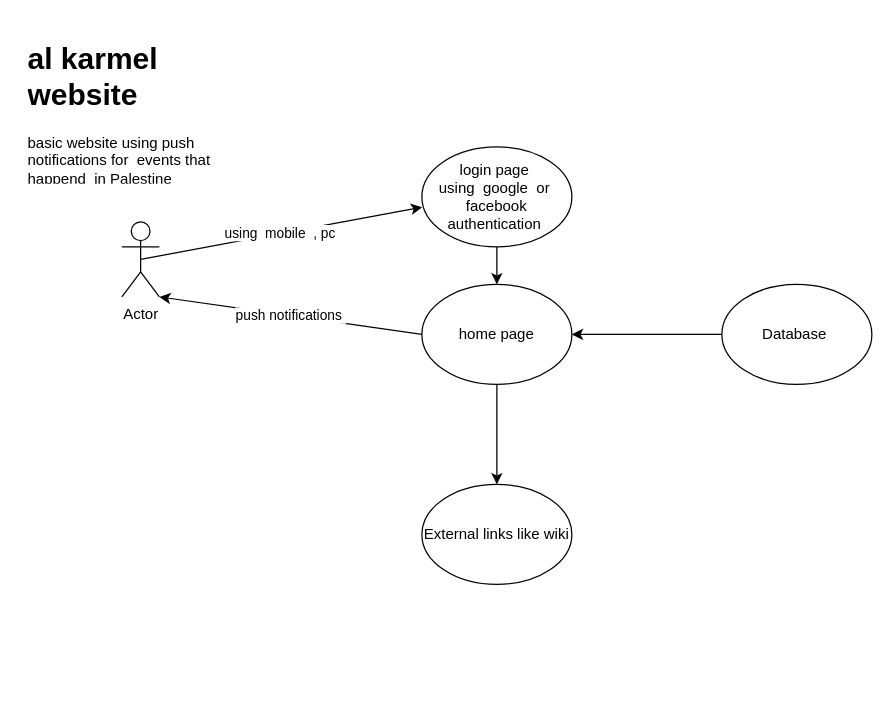
The draw.io diagram Untitled Diagram.drawio in ehabkhraisha/Khraisha_website, before the edit. Source tidied: cells renumbered, new cells numbered last; positions are measured from the earlier drawing's top-left corner, leaving out a move shared by most shapes. Both pictures are drawn from the tidied source at 125%, with x=0, y=0 at pixel (21, 34).
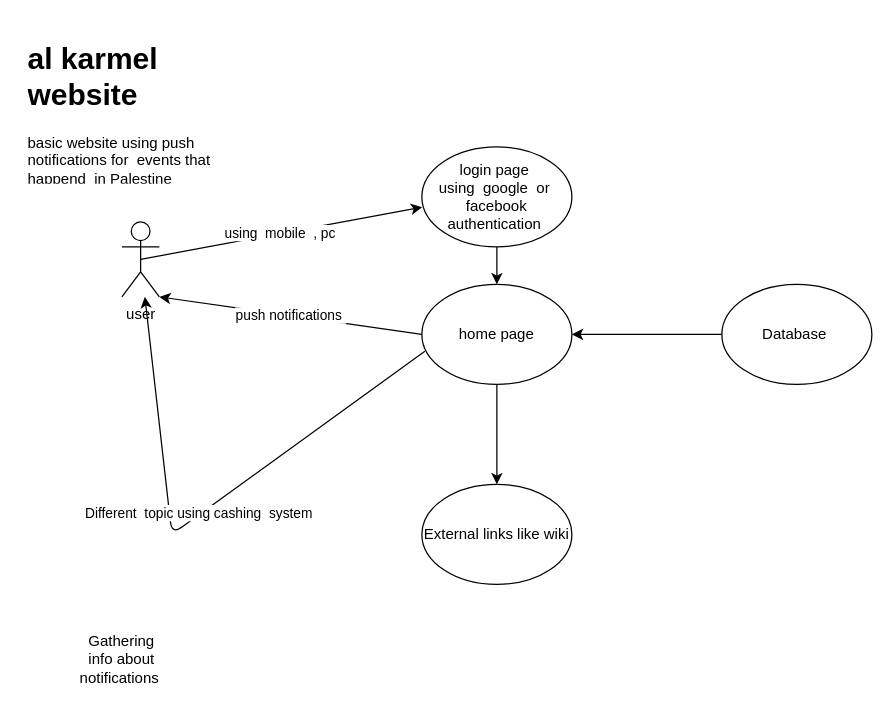
After the change.

The edit, as a diff of the source:
```diff
@@
 <mxGraphModel>
   <root>
     <mxCell id="0" />
     <mxCell id="1" parent="0" />
-    <mxCell id="2" value="Actor" style="shape=umlActor;verticalLabelPosition=bottom;verticalAlign=top;html=1;outlineConnect=0;" parent="1" vertex="1">
+    <mxCell id="2" value="user" style="shape=umlActor;verticalLabelPosition=bottom;verticalAlign=top;html=1;outlineConnect=0;" parent="1" vertex="1">
       <mxGeometry x="80" y="150" width="30" height="60" as="geometry" />
     </mxCell>
     <mxCell id="3" value="using&amp;nbsp; mobile&amp;nbsp; , pc&amp;nbsp;" style="endArrow=classic;html=1;entryX=0.002;entryY=0.603;entryDx=0;entryDy=0;entryPerimeter=0;exitX=0.5;exitY=0.5;exitDx=0;exitDy=0;exitPerimeter=0;" parent="1" edge="1" source="2" target="5">
       <mxGeometry relative="1" as="geometry" />
     </mxCell>
     <mxCell id="4" value="home page" style="ellipse;whiteSpace=wrap;html=1;" parent="1" vertex="1">
       <mxGeometry x="320" y="200" width="120" height="80" as="geometry" />
     </mxCell>
     <mxCell id="5" value="login page&amp;nbsp;&lt;br&gt;using&amp;nbsp; google&amp;nbsp; or&amp;nbsp; facebook authentication&amp;nbsp;" style="ellipse;whiteSpace=wrap;html=1;" parent="1" vertex="1">
       <mxGeometry x="320" y="90" width="120" height="80" as="geometry" />
     </mxCell>
     <mxCell id="6" style="endArrow=classic;html=1;" parent="1" edge="1" source="5" target="4">
       <mxGeometry relative="1" as="geometry" />
     </mxCell>
     <mxCell id="7" value="Database&amp;nbsp;" style="ellipse;whiteSpace=wrap;html=1;" parent="1" vertex="1">
       <mxGeometry x="560" y="200" width="120" height="80" as="geometry" />
     </mxCell>
     <mxCell id="8" style="endArrow=classic;html=1;" parent="1" edge="1" source="7" target="4">
       <mxGeometry relative="1" as="geometry" />
     </mxCell>
     <mxCell id="9" value="push notifications&amp;nbsp;" style="endArrow=classic;html=1;exitX=0;exitY=0.5;exitDx=0;exitDy=0;" parent="1" edge="1" source="4" target="2">
       <mxGeometry relative="1" as="geometry">
         <Array as="points">
           <mxPoint x="110" y="210" />
         </Array>
       </mxGeometry>
     </mxCell>
     <mxCell id="10" value="&lt;h1&gt;al karmel website&lt;/h1&gt;&lt;p&gt;basic website using push notifications for&amp;nbsp; events that happend&amp;nbsp; in Palestine&amp;nbsp;&lt;/p&gt;" style="text;html=1;strokeColor=none;fillColor=none;spacing=5;spacingTop=-20;whiteSpace=wrap;overflow=hidden;rounded=0;" parent="1" vertex="1">
       <mxGeometry width="190" height="120" as="geometry" />
     </mxCell>
     <mxCell id="11" value="External links like wiki&lt;br&gt;" style="ellipse;whiteSpace=wrap;html=1;" parent="1" vertex="1">
       <mxGeometry x="320" y="360" width="120" height="80" as="geometry" />
     </mxCell>
     <mxCell id="12" style="endArrow=classic;html=1;" parent="1" edge="1" source="4" target="11">
       <mxGeometry relative="1" as="geometry" />
     </mxCell>
+    <mxCell id="13" value="Different&amp;nbsp; topic using cashing&amp;nbsp; system&amp;nbsp;" style="endArrow=classic;html=1;exitX=0.02;exitY=0.668;exitDx=0;exitDy=0;exitPerimeter=0;" parent="1" edge="1" source="4" target="2">
+      <mxGeometry relative="1" as="geometry">
+        <Array as="points">
+          <mxPoint x="120" y="400" />
+        </Array>
+      </mxGeometry>
+    </mxCell>
+    <mxCell id="14" value="Gathering info about notifications&amp;nbsp;" style="text;html=1;strokeColor=none;fillColor=none;align=center;verticalAlign=middle;whiteSpace=wrap;rounded=0;" parent="1" vertex="1">
+      <mxGeometry x="60" y="490" width="40" height="20" as="geometry" />
+    </mxCell>
   </root>
 </mxGraphModel>
```
